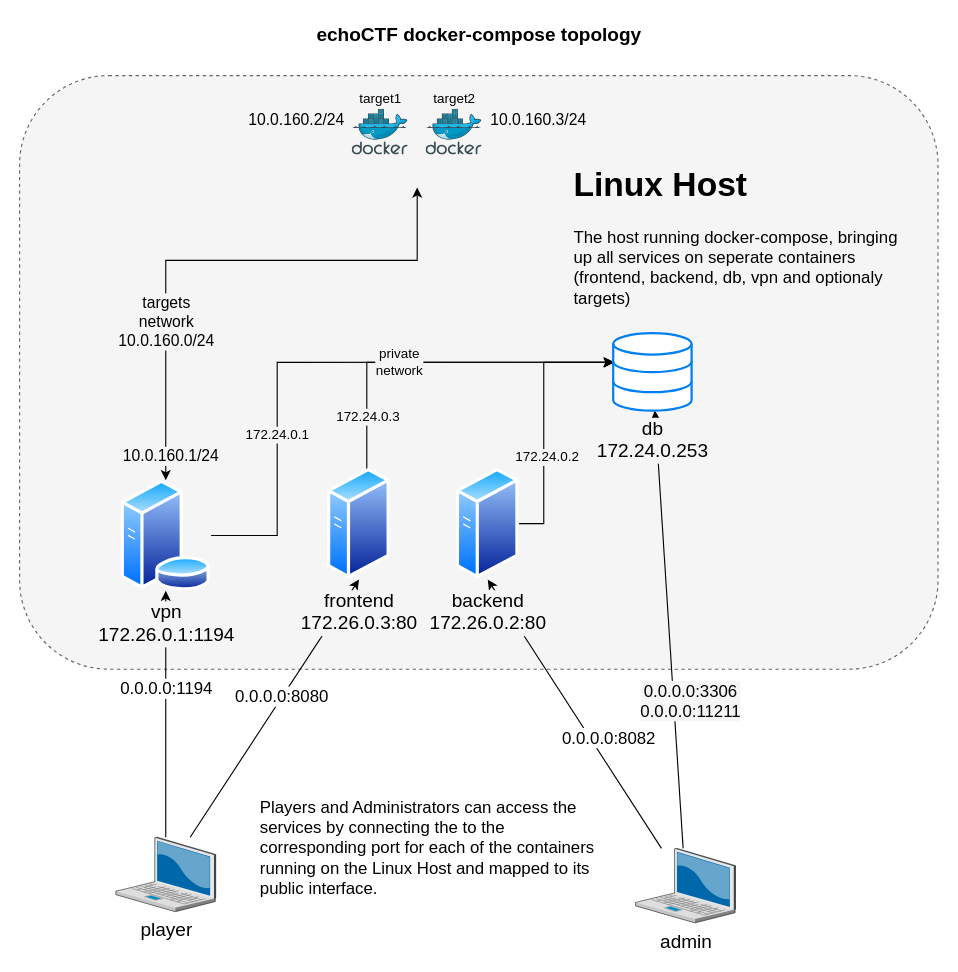
Earlier version of the draw.io diagram page "docker-compose-topology" (1 of 9) of docs/assets/various documentation related diagrams.drawio (echoCTF/echoCTF.RED). Source tidied: cells renumbered, new cells numbered last; positions are measured from the earlier drawing's top-left corner, leaving out a move shared by most shapes. Both pictures are drawn from the tidied source at 112%, with x=0, y=0 at pixel (19, 19).
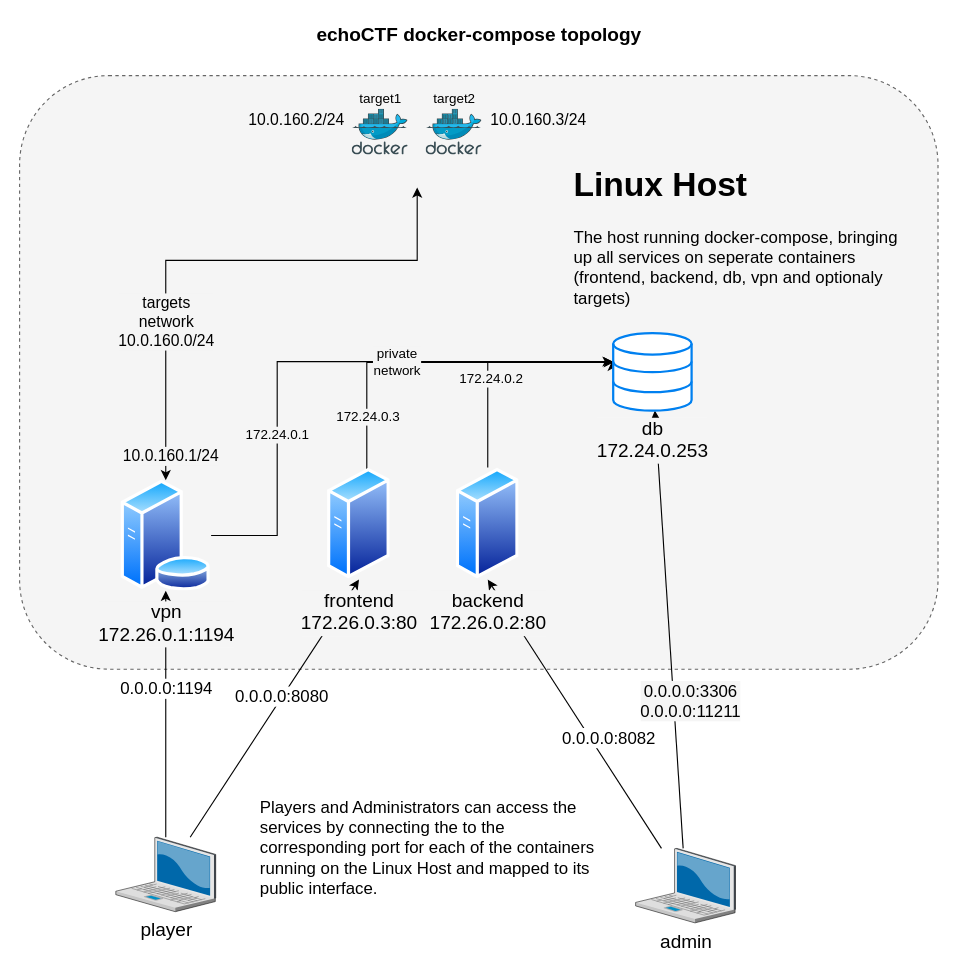
Above is the later version.

Unchanged cells that the change refers to:
```xml
<mxCell id="10" value="frontend&lt;br&gt;172.26.0.3:80" style="perimeter=ellipsePerimeter;html=1;align=center;shadow=0;dashed=0;spacingTop=3;image;image=img/lib/active_directory/generic_server.svg;fontSize=17;labelBackgroundColor=#F5F5F5;" parent="1" vertex="1">
  <mxGeometry x="275" y="400" width="56" height="100" as="geometry" />
</mxCell>
<mxCell id="18" value="vpn&lt;br&gt;172.26.0.1:1194" style="perimeter=ellipsePerimeter;html=1;align=center;shadow=0;dashed=0;spacingTop=3;image;image=img/lib/active_directory/database_server.svg;fontSize=17;labelBackgroundColor=#F5F5F5;" parent="1" vertex="1">
  <mxGeometry x="90" y="411.2" width="81" height="98.8" as="geometry" />
</mxCell>
<mxCell id="29" value="backend&lt;br&gt;172.26.0.2:80" style="perimeter=ellipsePerimeter;html=1;align=center;shadow=0;dashed=0;spacingTop=3;image;image=img/lib/active_directory/generic_server.svg;fontSize=17;labelBackgroundColor=#F5F5F5;" parent="1" vertex="1">
  <mxGeometry x="390" y="400" width="56" height="100" as="geometry" />
</mxCell>
<mxCell id="33" value="db&lt;br&gt;172.24.0.253" style="html=1;verticalLabelPosition=bottom;align=center;labelBackgroundColor=#f5f5f5;verticalAlign=top;strokeWidth=2;strokeColor=#0080F0;shadow=0;dashed=0;shape=mxgraph.ios7.icons.data;fontSize=17;" parent="1" vertex="1">
  <mxGeometry x="530" y="280" width="70" height="69.1" as="geometry" />
</mxCell>
```

The edit, as a diff of the source:
```diff
@@
-    <mxCell id="8" style="edgeStyle=orthogonalEdgeStyle;rounded=0;jettySize=auto;html=1;entryX=0.014;entryY=0.376;entryDx=0;entryDy=0;entryPerimeter=0;" parent="1" edge="1" source="10" target="33">
+    <mxCell id="8" style="edgeStyle=orthogonalEdgeStyle;rounded=0;jettySize=auto;html=1;entryX=-0.012;entryY=0.355;entryDx=0;entryDy=0;entryPerimeter=0;" parent="1" edge="1" source="10" target="33">
       <mxGeometry relative="1" as="geometry">
         <Array as="points">
           <mxPoint x="310" y="306" />
+          <mxPoint x="529" y="306" />
         </Array>
       </mxGeometry>
     </mxCell>
@@
-    <mxCell id="11" style="edgeStyle=orthogonalEdgeStyle;rounded=0;jettySize=auto;html=1;entryX=0;entryY=0.376;entryDx=0;entryDy=0;entryPerimeter=0;" parent="1" edge="1" source="29" target="33">
+    <mxCell id="11" style="edgeStyle=orthogonalEdgeStyle;rounded=0;jettySize=auto;html=1;entryX=0.008;entryY=0.375;entryDx=0;entryDy=0;entryPerimeter=0;" parent="1" edge="1" source="29" target="33">
       <mxGeometry relative="1" as="geometry">
         <Array as="points">
-          <mxPoint x="468" y="306" />
+          <mxPoint x="418" y="306" />
         </Array>
       </mxGeometry>
     </mxCell>
@@
-    <mxCell id="15" style="edgeStyle=orthogonalEdgeStyle;rounded=0;jettySize=auto;html=1;exitX=1;exitY=0.5;exitDx=0;exitDy=0;entryX=0.014;entryY=0.376;entryDx=0;entryDy=0;entryPerimeter=0;" parent="1" edge="1" source="18" target="33">
+    <mxCell id="15" style="edgeStyle=orthogonalEdgeStyle;rounded=0;jettySize=auto;html=1;exitX=1;exitY=0.5;exitDx=0;exitDy=0;entryX=-0.008;entryY=0.367;entryDx=0;entryDy=0;entryPerimeter=0;" parent="1" edge="1" source="18" target="33">
       <mxGeometry relative="1" as="geometry">
         <Array as="points">
           <mxPoint x="230" y="461" />
-          <mxPoint x="230" y="306" />
+          <mxPoint x="230" y="305" />
         </Array>
       </mxGeometry>
     </mxCell>
```
